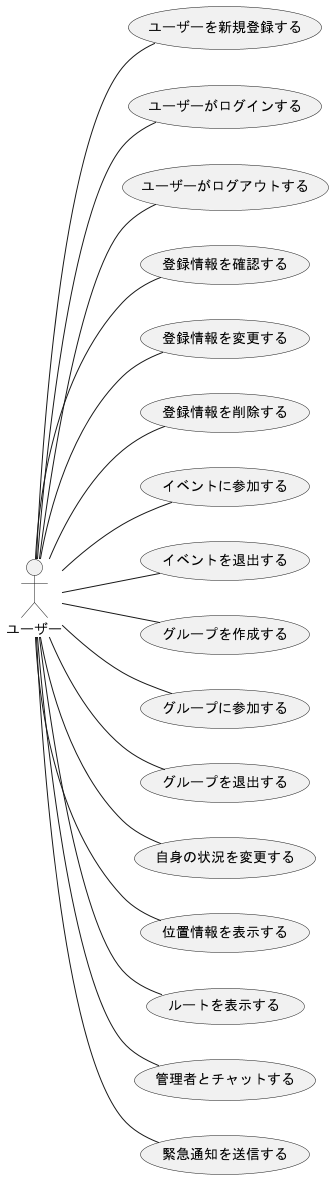
Earlier version of the PlantUML export out/F_usecase_user/ユースケース.png (ksw2270227/GroupF).
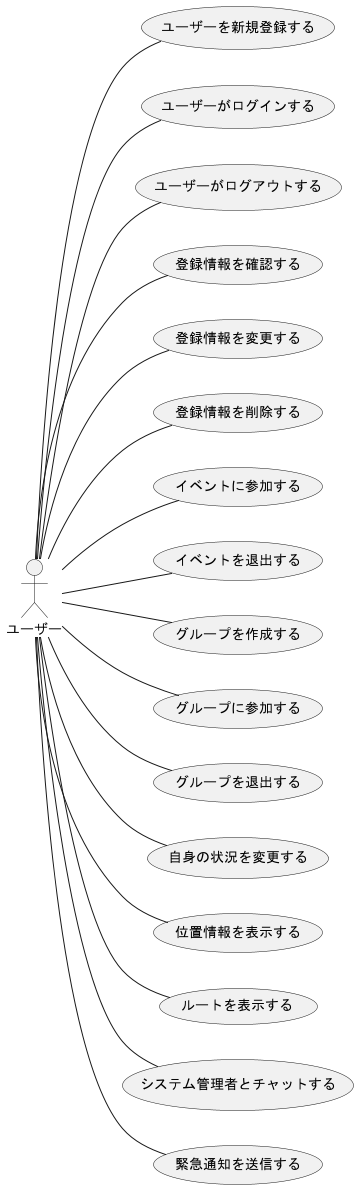
After the commit.

Change to the diagram source:
```diff
@@ -17,7 +17,7 @@
 ユーザー -- (自身の状況を変更する)
 ユーザー -- (位置情報を表示する)
 ユーザー -- (ルートを表示する)
-ユーザー -- (管理者とチャットする)
+ユーザー -- (システム管理者とチャットする)
 ユーザー -- (緊急通知を送信する)
 
 
```
